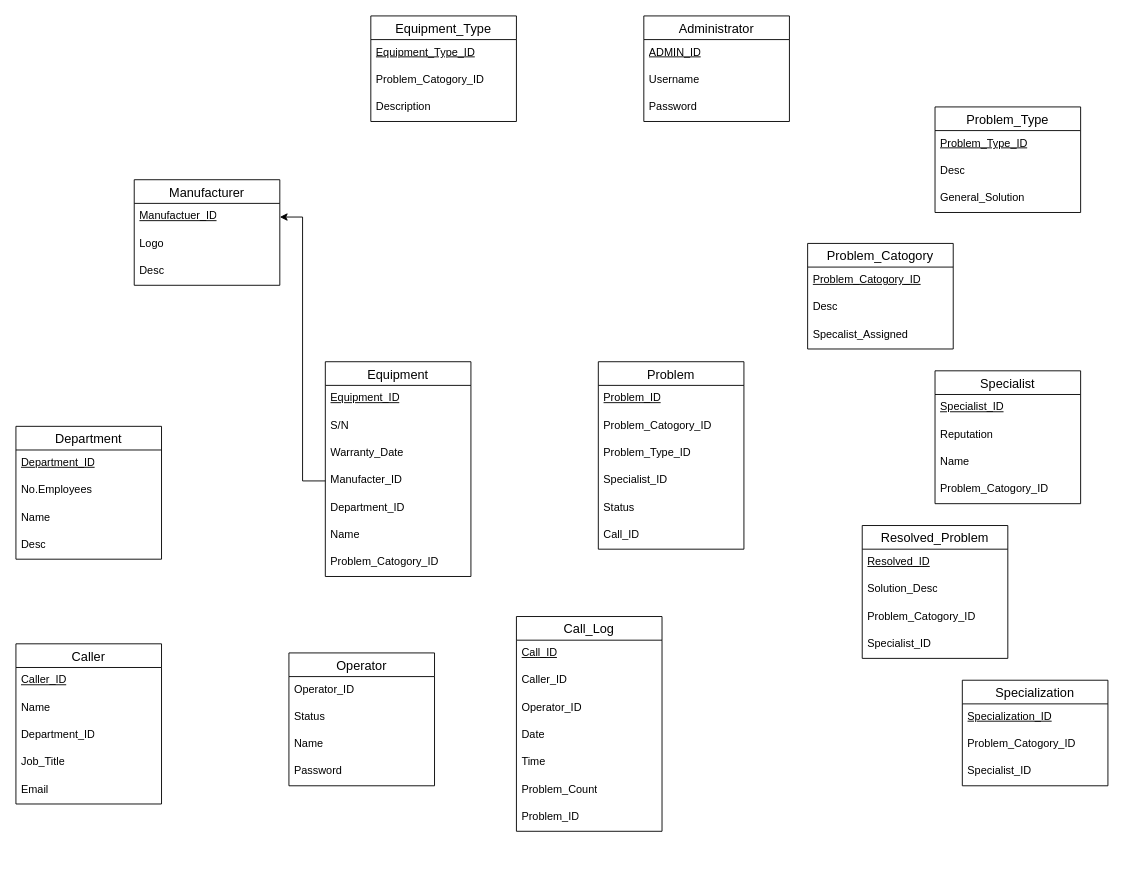
The draw.io diagram EX2.drawio in rpviana/Diagramas, before the edit. Source tidied: cells renumbered, new cells numbered last; positions are measured from the earlier drawing's top-left corner, leaving out a move shared by most shapes. Both pictures are drawn from the tidied source at 91%, with x=0, y=0 at pixel (15, 15).
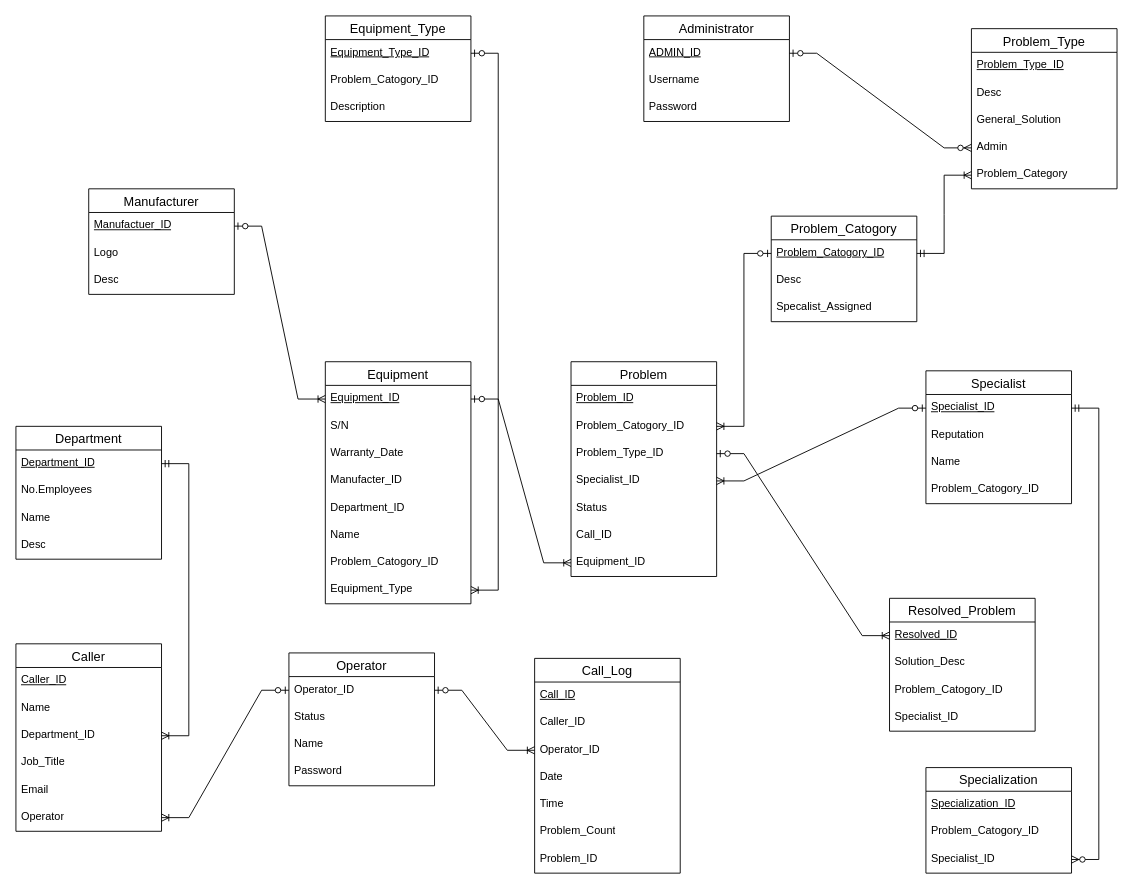
The same page after the edit.

Unchanged cells that the change refers to:
```xml
<mxCell id="3" value="Equipment_Type_ID" style="text;strokeColor=none;fillColor=none;spacingLeft=4;spacingRight=4;overflow=hidden;points=[[0,0.5],[1,0.5]];portConstraint=eastwest;fontSize=12;whiteSpace=wrap;html=1;fontStyle=4;" parent="2" vertex="1">
  <mxGeometry y="26" width="160" height="30" as="geometry" />
</mxCell>
<mxCell id="7" value="Manufactuer_ID" style="text;strokeColor=none;fillColor=none;spacingLeft=4;spacingRight=4;overflow=hidden;points=[[0,0.5],[1,0.5]];portConstraint=eastwest;fontSize=12;whiteSpace=wrap;html=1;fontStyle=4;" parent="6" vertex="1">
  <mxGeometry y="26" width="160" height="30" as="geometry" />
</mxCell>
<mxCell id="11" value="Department_ID" style="text;strokeColor=none;fillColor=none;spacingLeft=4;spacingRight=4;overflow=hidden;points=[[0,0.5],[1,0.5]];portConstraint=eastwest;fontSize=12;whiteSpace=wrap;html=1;fontStyle=4;" parent="10" vertex="1">
  <mxGeometry y="26" width="160" height="30" as="geometry" />
</mxCell>
<mxCell id="16" value="Equipment_ID" style="text;strokeColor=none;fillColor=none;spacingLeft=4;spacingRight=4;overflow=hidden;points=[[0,0.5],[1,0.5]];portConstraint=eastwest;fontSize=12;whiteSpace=wrap;html=1;fontStyle=4;" parent="15" vertex="1">
  <mxGeometry y="26" width="160" height="30" as="geometry" />
</mxCell>
<mxCell id="19" value="Manufacter_ID" style="text;strokeColor=none;fillColor=none;spacingLeft=4;spacingRight=4;overflow=hidden;points=[[0,0.5],[1,0.5]];portConstraint=eastwest;fontSize=12;whiteSpace=wrap;html=1;" parent="15" vertex="1">
  <mxGeometry y="116" width="160" height="30" as="geometry" />
</mxCell>
<mxCell id="24" value="Operator_ID" style="text;strokeColor=none;fillColor=none;spacingLeft=4;spacingRight=4;overflow=hidden;points=[[0,0.5],[1,0.5]];portConstraint=eastwest;fontSize=12;whiteSpace=wrap;html=1;" parent="23" vertex="1">
  <mxGeometry y="26" width="160" height="30" as="geometry" />
</mxCell>
<mxCell id="31" value="Operator_ID" style="text;strokeColor=none;fillColor=none;spacingLeft=4;spacingRight=4;overflow=hidden;points=[[0,0.5],[1,0.5]];portConstraint=eastwest;fontSize=12;whiteSpace=wrap;html=1;" parent="28" vertex="1">
  <mxGeometry y="86" width="160" height="30" as="geometry" />
</mxCell>
<mxCell id="37" value="Resolved_ID" style="text;strokeColor=none;fillColor=none;spacingLeft=4;spacingRight=4;overflow=hidden;points=[[0,0.5],[1,0.5]];portConstraint=eastwest;fontSize=12;whiteSpace=wrap;html=1;fontStyle=4;" parent="36" vertex="1">
  <mxGeometry y="26" width="160" height="30" as="geometry" />
</mxCell>
<mxCell id="44" value="Specialist_ID" style="text;strokeColor=none;fillColor=none;spacingLeft=4;spacingRight=4;overflow=hidden;points=[[0,0.5],[1,0.5]];portConstraint=eastwest;fontSize=12;whiteSpace=wrap;html=1;" parent="41" vertex="1">
  <mxGeometry y="86" width="160" height="30" as="geometry" />
</mxCell>
<mxCell id="46" value="Specialist_ID" style="text;strokeColor=none;fillColor=none;spacingLeft=4;spacingRight=4;overflow=hidden;points=[[0,0.5],[1,0.5]];portConstraint=eastwest;fontSize=12;whiteSpace=wrap;html=1;fontStyle=4;" parent="45" vertex="1">
  <mxGeometry y="26" width="160" height="30" as="geometry" />
</mxCell>
<mxCell id="55" value="Problem_Catogory_ID" style="text;strokeColor=none;fillColor=none;spacingLeft=4;spacingRight=4;overflow=hidden;points=[[0,0.5],[1,0.5]];portConstraint=eastwest;fontSize=12;whiteSpace=wrap;html=1;fontStyle=4;" parent="54" vertex="1">
  <mxGeometry y="26" width="160" height="30" as="geometry" />
</mxCell>
<mxCell id="59" value="ADMIN_ID" style="text;strokeColor=none;fillColor=none;spacingLeft=4;spacingRight=4;overflow=hidden;points=[[0,0.5],[1,0.5]];portConstraint=eastwest;fontSize=12;whiteSpace=wrap;html=1;fontStyle=4;" parent="58" vertex="1">
  <mxGeometry y="26" width="160" height="30" as="geometry" />
</mxCell>
<mxCell id="64" value="Problem_Catogory_ID" style="text;strokeColor=none;fillColor=none;spacingLeft=4;spacingRight=4;overflow=hidden;points=[[0,0.5],[1,0.5]];portConstraint=eastwest;fontSize=12;whiteSpace=wrap;html=1;" parent="62" vertex="1">
  <mxGeometry y="56" width="160" height="30" as="geometry" />
</mxCell>
<mxCell id="65" value="Problem_Type_ID" style="text;strokeColor=none;fillColor=none;spacingLeft=4;spacingRight=4;overflow=hidden;points=[[0,0.5],[1,0.5]];portConstraint=eastwest;fontSize=12;whiteSpace=wrap;html=1;" parent="62" vertex="1">
  <mxGeometry y="86" width="160" height="30" as="geometry" />
</mxCell>
<mxCell id="66" value="Specialist_ID" style="text;strokeColor=none;fillColor=none;spacingLeft=4;spacingRight=4;overflow=hidden;points=[[0,0.5],[1,0.5]];portConstraint=eastwest;fontSize=12;whiteSpace=wrap;html=1;" parent="62" vertex="1">
  <mxGeometry y="116" width="160" height="30" as="geometry" />
</mxCell>
<mxCell id="72" value="Department_ID" style="text;strokeColor=none;fillColor=none;spacingLeft=4;spacingRight=4;overflow=hidden;points=[[0,0.5],[1,0.5]];portConstraint=eastwest;fontSize=12;whiteSpace=wrap;html=1;" parent="69" vertex="1">
  <mxGeometry y="86" width="160" height="30" as="geometry" />
</mxCell>
```

The edit, as a diff of the source:
```diff
@@
     <mxCell id="2" value="Equipment_Type" style="swimlane;fontStyle=0;horizontal=1;startSize=26;align=center;fontSize=14;" parent="1" vertex="1">
-      <mxGeometry x="390" width="160" height="116" as="geometry" />
+      <mxGeometry x="340" width="160" height="116" as="geometry" />
     </mxCell>
@@
     <mxCell id="6" value="Manufacturer" style="swimlane;fontStyle=0;horizontal=1;startSize=26;align=center;fontSize=14;" parent="1" vertex="1">
-      <mxGeometry x="130" y="180" width="160" height="116" as="geometry" />
+      <mxGeometry x="80" y="190" width="160" height="116" as="geometry" />
     </mxCell>
@@
     <mxCell id="15" value="Equipment" style="swimlane;fontStyle=0;horizontal=1;startSize=26;align=center;fontSize=14;" parent="1" vertex="1">
-      <mxGeometry x="340" y="380" width="160" height="236" as="geometry" />
+      <mxGeometry x="340" y="380" width="160" height="266" as="geometry" />
     </mxCell>
@@
+    <mxCell id="76" value="Equipment_Type" style="text;strokeColor=none;fillColor=none;spacingLeft=4;spacingRight=4;overflow=hidden;points=[[0,0.5],[1,0.5]];portConstraint=eastwest;fontSize=12;whiteSpace=wrap;html=1;" parent="15" vertex="1">
+      <mxGeometry y="236" width="160" height="30" as="geometry" />
+    </mxCell>
@@
     <mxCell id="28" value="Call_Log" style="swimlane;fontStyle=0;horizontal=1;startSize=26;align=center;fontSize=14;" parent="1" vertex="1">
-      <mxGeometry x="550" y="660" width="160" height="236" as="geometry" />
+      <mxGeometry x="570" y="706" width="160" height="236" as="geometry" />
     </mxCell>
@@
     <mxCell id="36" value="Resolved_Problem" style="swimlane;fontStyle=0;horizontal=1;startSize=26;align=center;fontSize=14;" parent="1" vertex="1">
-      <mxGeometry x="930" y="560" width="160" height="146" as="geometry" />
+      <mxGeometry x="960" y="640" width="160" height="146" as="geometry" />
     </mxCell>
@@
     <mxCell id="41" value="Specialization" style="swimlane;fontStyle=0;horizontal=1;startSize=26;align=center;fontSize=14;" parent="1" vertex="1">
-      <mxGeometry x="1040" y="730" width="160" height="116" as="geometry" />
+      <mxGeometry x="1000" y="826" width="160" height="116" as="geometry" />
     </mxCell>
@@
     <mxCell id="45" value="Specialist" style="swimlane;fontStyle=0;horizontal=1;startSize=26;align=center;fontSize=14;" parent="1" vertex="1">
-      <mxGeometry x="1010" y="390" width="160" height="146" as="geometry" />
+      <mxGeometry x="1000" y="390" width="160" height="146" as="geometry" />
     </mxCell>
@@
     <mxCell id="50" value="Problem_Type" style="swimlane;fontStyle=0;horizontal=1;startSize=26;align=center;fontSize=14;" parent="1" vertex="1">
-      <mxGeometry x="1010" y="100" width="160" height="116" as="geometry" />
+      <mxGeometry x="1050" y="14" width="160" height="176" as="geometry" />
     </mxCell>
@@
+    <mxCell id="77" value="Admin" style="text;strokeColor=none;fillColor=none;spacingLeft=4;spacingRight=4;overflow=hidden;points=[[0,0.5],[1,0.5]];portConstraint=eastwest;fontSize=12;whiteSpace=wrap;html=1;" parent="50" vertex="1">
+      <mxGeometry y="116" width="160" height="30" as="geometry" />
+    </mxCell>
+    <mxCell id="78" value="Problem_Category" style="text;strokeColor=none;fillColor=none;spacingLeft=4;spacingRight=4;overflow=hidden;points=[[0,0.5],[1,0.5]];portConstraint=eastwest;fontSize=12;whiteSpace=wrap;html=1;" parent="50" vertex="1">
+      <mxGeometry y="146" width="160" height="30" as="geometry" />
+    </mxCell>
     <mxCell id="54" value="Problem_Catogory" style="swimlane;fontStyle=0;horizontal=1;startSize=26;align=center;fontSize=14;" parent="1" vertex="1">
-      <mxGeometry x="870" y="250" width="160" height="116" as="geometry" />
+      <mxGeometry x="830" y="220" width="160" height="116" as="geometry" />
     </mxCell>
@@
     <mxCell id="62" value="Problem" style="swimlane;fontStyle=0;horizontal=1;startSize=26;align=center;fontSize=14;" parent="1" vertex="1">
-      <mxGeometry x="640" y="380" width="160" height="206" as="geometry" />
+      <mxGeometry x="610" y="380" width="160" height="236" as="geometry" />
     </mxCell>
@@
+    <mxCell id="79" value="Equipment_ID" style="text;strokeColor=none;fillColor=none;spacingLeft=4;spacingRight=4;overflow=hidden;points=[[0,0.5],[1,0.5]];portConstraint=eastwest;fontSize=12;whiteSpace=wrap;html=1;" parent="62" vertex="1">
+      <mxGeometry y="206" width="160" height="30" as="geometry" />
+    </mxCell>
     <mxCell id="69" value="Caller" style="swimlane;fontStyle=0;horizontal=1;startSize=26;align=center;fontSize=14;" parent="1" vertex="1">
-      <mxGeometry y="690" width="160" height="176" as="geometry" />
+      <mxGeometry y="690" width="160" height="206" as="geometry" />
     </mxCell>
@@
-    <mxCell id="75" style="edgeStyle=orthogonalEdgeStyle;rounded=0;jettySize=auto;html=1;exitX=0;exitY=0.5;exitDx=0;exitDy=0;entryX=1;entryY=0.5;entryDx=0;entryDy=0;" parent="1" edge="1" source="19" target="7">
-      <mxGeometry relative="1" as="geometry" />
-    </mxCell>
+    <mxCell id="80" value="Operator" style="text;strokeColor=none;fillColor=none;spacingLeft=4;spacingRight=4;overflow=hidden;points=[[0,0.5],[1,0.5]];portConstraint=eastwest;fontSize=12;whiteSpace=wrap;html=1;" parent="69" vertex="1">
+      <mxGeometry y="176" width="160" height="30" as="geometry" />
+    </mxCell>
+    <mxCell id="81" style="edgeStyle=entityRelationEdgeStyle;fontSize=12;html=1;endArrow=ERoneToMany;startArrow=ERzeroToOne;rounded=0;entryX=0;entryY=0.5;entryDx=0;entryDy=0;exitX=1;exitY=0.5;exitDx=0;exitDy=0;" parent="1" edge="1" source="7" target="16">
+      <mxGeometry relative="1" as="geometry" />
+    </mxCell>
+    <mxCell id="82" style="edgeStyle=entityRelationEdgeStyle;fontSize=12;html=1;endArrow=ERoneToMany;startArrow=ERzeroToOne;rounded=0;entryX=0;entryY=0.5;entryDx=0;entryDy=0;exitX=1;exitY=0.5;exitDx=0;exitDy=0;" parent="1" edge="1" source="16" target="79">
+      <mxGeometry relative="1" as="geometry" />
+    </mxCell>
+    <mxCell id="83" style="edgeStyle=entityRelationEdgeStyle;fontSize=12;html=1;endArrow=ERoneToMany;startArrow=ERzeroToOne;rounded=0;entryX=1;entryY=0.5;entryDx=0;entryDy=0;exitX=1;exitY=0.5;exitDx=0;exitDy=0;" parent="1" edge="1" source="3" target="76">
+      <mxGeometry relative="1" as="geometry" />
+    </mxCell>
+    <mxCell id="84" style="edgeStyle=entityRelationEdgeStyle;fontSize=12;html=1;endArrow=ERzeroToMany;startArrow=ERzeroToOne;rounded=0;entryX=0;entryY=0.5;entryDx=0;entryDy=0;exitX=1;exitY=0.5;exitDx=0;exitDy=0;" parent="1" edge="1" source="59" target="77">
+      <mxGeometry relative="1" as="geometry" />
+    </mxCell>
+    <mxCell id="85" style="edgeStyle=entityRelationEdgeStyle;fontSize=12;html=1;endArrow=ERoneToMany;startArrow=ERmandOne;rounded=0;entryX=0;entryY=0.5;entryDx=0;entryDy=0;exitX=1;exitY=0.5;exitDx=0;exitDy=0;" parent="1" edge="1" source="55" target="78">
+      <mxGeometry relative="1" as="geometry" />
+    </mxCell>
+    <mxCell id="86" style="edgeStyle=entityRelationEdgeStyle;fontSize=12;html=1;endArrow=ERoneToMany;startArrow=ERmandOne;rounded=0;entryX=1;entryY=0.5;entryDx=0;entryDy=0;exitX=1;exitY=0.5;exitDx=0;exitDy=0;" parent="1" edge="1" source="11" target="72">
+      <mxGeometry relative="1" as="geometry" />
+    </mxCell>
+    <mxCell id="87" style="edgeStyle=entityRelationEdgeStyle;fontSize=12;html=1;endArrow=ERoneToMany;startArrow=ERzeroToOne;rounded=0;entryX=1;entryY=0.5;entryDx=0;entryDy=0;exitX=0;exitY=0.5;exitDx=0;exitDy=0;" parent="1" edge="1" source="24" target="80">
+      <mxGeometry relative="1" as="geometry" />
+    </mxCell>
+    <mxCell id="88" style="edgeStyle=entityRelationEdgeStyle;fontSize=12;html=1;endArrow=ERoneToMany;startArrow=ERzeroToOne;rounded=0;entryX=0;entryY=0.5;entryDx=0;entryDy=0;exitX=1;exitY=0.5;exitDx=0;exitDy=0;" parent="1" edge="1" source="24" target="31">
+      <mxGeometry relative="1" as="geometry" />
+    </mxCell>
+    <mxCell id="89" style="edgeStyle=entityRelationEdgeStyle;fontSize=12;html=1;endArrow=ERoneToMany;startArrow=ERzeroToOne;rounded=0;entryX=1;entryY=0.5;entryDx=0;entryDy=0;exitX=0;exitY=0.5;exitDx=0;exitDy=0;" parent="1" edge="1" source="55" target="64">
+      <mxGeometry relative="1" as="geometry" />
+    </mxCell>
+    <mxCell id="90" style="edgeStyle=entityRelationEdgeStyle;fontSize=12;html=1;endArrow=ERoneToMany;startArrow=ERzeroToOne;rounded=0;entryX=1;entryY=0.5;entryDx=0;entryDy=0;exitX=0;exitY=0.5;exitDx=0;exitDy=0;" parent="1" edge="1" source="46" target="66">
+      <mxGeometry relative="1" as="geometry" />
+    </mxCell>
+    <mxCell id="91" style="edgeStyle=entityRelationEdgeStyle;fontSize=12;html=1;endArrow=ERoneToMany;startArrow=ERzeroToOne;rounded=0;entryX=0;entryY=0.5;entryDx=0;entryDy=0;exitX=1;exitY=0.5;exitDx=0;exitDy=0;" parent="1" edge="1" source="65" target="37">
+      <mxGeometry relative="1" as="geometry" />
+    </mxCell>
+    <mxCell id="92" style="edgeStyle=entityRelationEdgeStyle;fontSize=12;html=1;endArrow=ERzeroToMany;startArrow=ERmandOne;rounded=0;entryX=1;entryY=0.5;entryDx=0;entryDy=0;exitX=1;exitY=0.5;exitDx=0;exitDy=0;" parent="1" edge="1" source="46" target="44">
+      <mxGeometry relative="1" as="geometry">
+        <Array as="points">
+          <mxPoint x="1210" y="660" />
+          <mxPoint x="1260" y="690" />
+        </Array>
+      </mxGeometry>
+    </mxCell>
```
